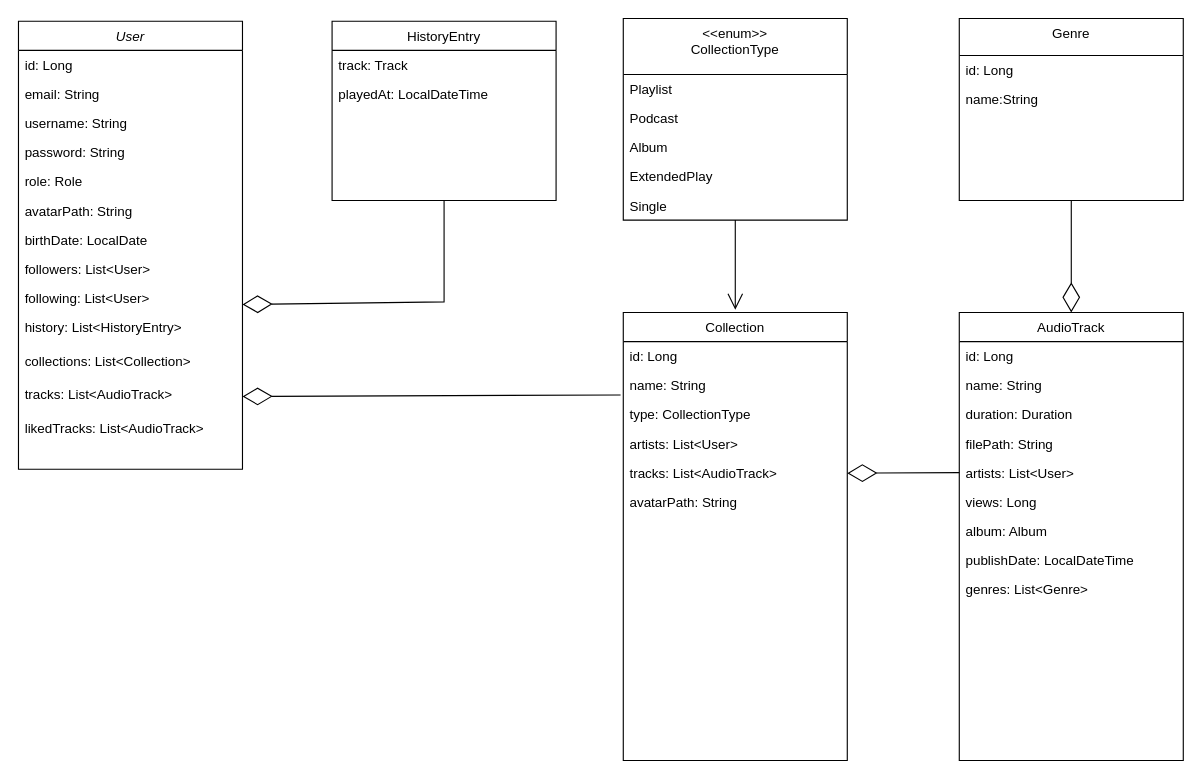
Above: Milestone 1/S20-45_diagram_klas.drawio in Spotify-2-0/Spotify-2.0 (draw.io), before the change. Source tidied: cells renumbered, new cells numbered last; positions are measured from the earlier drawing's top-left corner, leaving out a move shared by most shapes. Both pictures are drawn from the tidied source at 112%, with x=0, y=0 at pixel (18, 18).
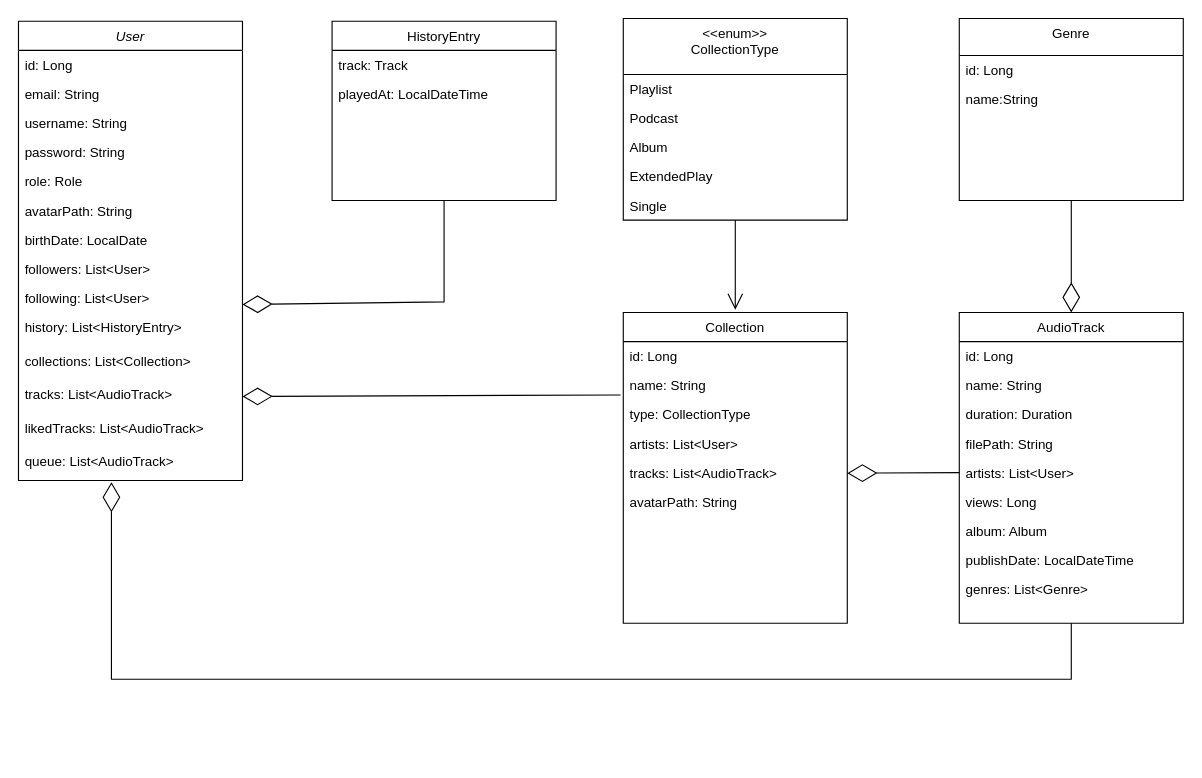
The same diagram, later.

Diff of the diagram source:
```diff
@@
     <mxCell id="2" value="User" style="swimlane;fontStyle=2;align=center;verticalAlign=top;horizontal=1;startSize=26;rounded=0;shadow=0;strokeWidth=1;" parent="1" vertex="1">
-      <mxGeometry y="2.5" width="200" height="400" as="geometry" />
+      <mxGeometry y="2.5" width="200" height="410" as="geometry" />
     </mxCell>
@@
+    <mxCell id="50" value="queue: List&lt;AudioTrack&gt;" style="text;align=left;verticalAlign=top;spacingLeft=4;spacingRight=4;overflow=hidden;points=[[0,0.5],[1,0.5]];portConstraint=eastwest;rounded=0;shadow=0;html=0;" parent="2" vertex="1">
+      <mxGeometry y="380" width="200" height="30" as="geometry" />
+    </mxCell>
     <mxCell id="16" value="Collection" style="swimlane;fontStyle=0;align=center;verticalAlign=top;horizontal=1;startSize=26;rounded=0;shadow=0;strokeWidth=1;" parent="1" vertex="1">
-      <mxGeometry x="540" y="262.5" width="200" height="400" as="geometry" />
+      <mxGeometry x="540" y="262.5" width="200" height="277.5" as="geometry" />
     </mxCell>
@@
     <mxCell id="23" value="AudioTrack" style="swimlane;fontStyle=0;align=center;verticalAlign=top;horizontal=1;startSize=26;rounded=0;shadow=0;strokeWidth=1;flipH=0;flipV=0;" parent="1" vertex="1">
-      <mxGeometry x="840" y="262.5" width="200" height="400" as="geometry" />
+      <mxGeometry x="840" y="262.5" width="200" height="277.5" as="geometry" />
     </mxCell>
@@
+    <mxCell id="51" style="endArrow=diamondThin;endFill=0;endSize=24;html=1;rounded=0;exitX=0.5;exitY=1;exitDx=0;exitDy=0;entryX=0.415;entryY=1.05;entryDx=0;entryDy=0;entryPerimeter=0;" parent="1" edge="1" source="23" target="50">
+      <mxGeometry relative="1" as="geometry">
+        <Array as="points">
+          <mxPoint x="940" y="590" />
+          <mxPoint x="83" y="590" />
+        </Array>
+      </mxGeometry>
+    </mxCell>
```
